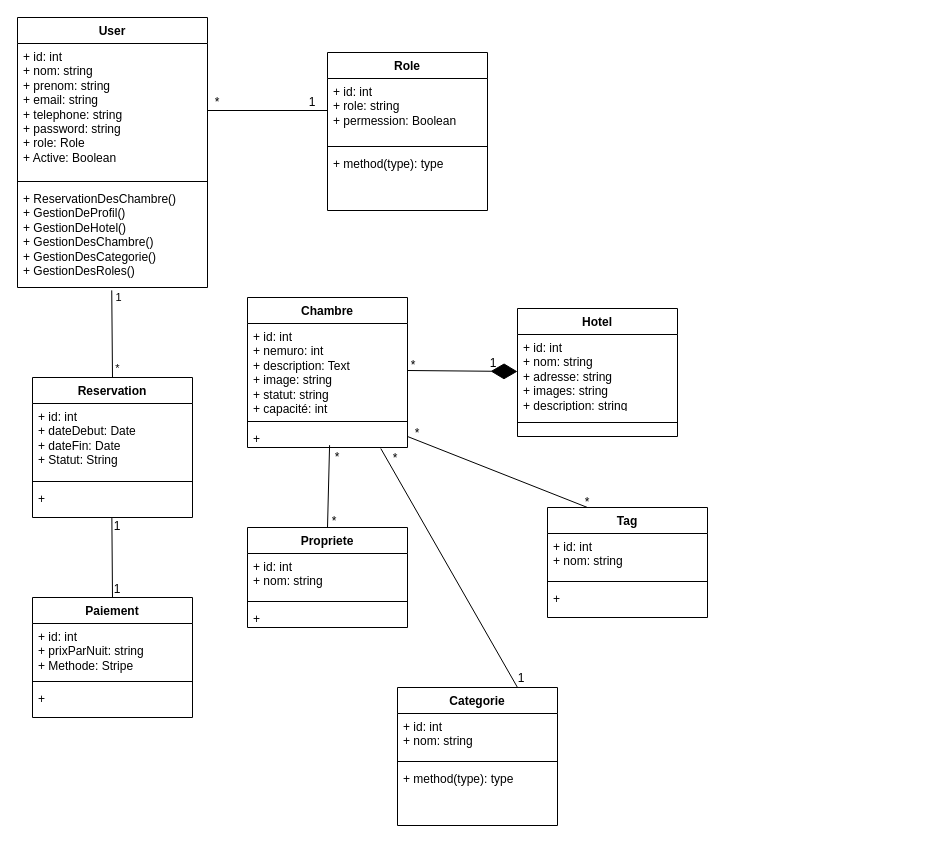
zakariaallam/StayEase keeps this draw.io diagram as UML/Diagramme de class Brieff Coll.drawio. Above is the earlier version. Source tidied: cells renumbered, new cells numbered last; positions are measured from the earlier drawing's top-left corner, leaving out a move shared by most shapes. Both pictures are drawn from the tidied source at 100%, with x=0, y=0 at pixel (17, 17).
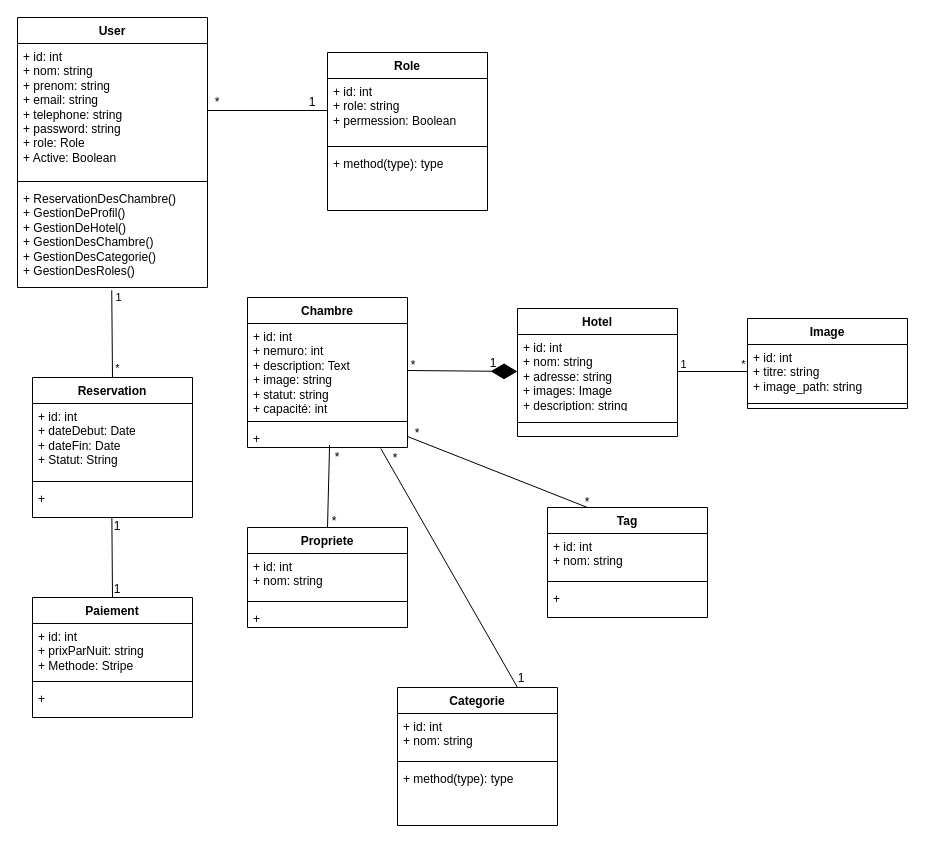
Above is the later version.

Commit message:
J'ai ajouter la class image pour le galerie de photo pour l'Hotel

Unchanged cells that the change refers to:
```xml
<mxCell id="35" value="Hotel" style="swimlane;fontStyle=1;align=center;verticalAlign=top;horizontal=1;startSize=26;whiteSpace=wrap;html=1;" parent="1" vertex="1">
  <mxGeometry x="500" y="291" width="160" height="128" as="geometry" />
</mxCell>
```

Diff of the diagram source:
```diff
@@
-    <mxCell id="36" value="+ id: int&lt;div&gt;+ nom: string&lt;/div&gt;&lt;div&gt;+ adresse: string&lt;br&gt;&lt;/div&gt;&lt;div&gt;+ images: string&lt;/div&gt;&lt;div&gt;+ description: string&lt;/div&gt;" style="text;strokeColor=none;fillColor=none;align=left;verticalAlign=top;spacingLeft=4;spacingRight=4;overflow=hidden;points=[[0,0.5],[1,0.5]];portConstraint=eastwest;whiteSpace=wrap;html=1;" parent="35" vertex="1">
+    <mxCell id="36" value="+ id: int&lt;div&gt;+ nom: string&lt;/div&gt;&lt;div&gt;+ adresse: string&lt;br&gt;&lt;/div&gt;&lt;div&gt;+ images: Image&lt;/div&gt;&lt;div&gt;+ description: string&lt;/div&gt;" style="text;strokeColor=none;fillColor=none;align=left;verticalAlign=top;spacingLeft=4;spacingRight=4;overflow=hidden;points=[[0,0.5],[1,0.5]];portConstraint=eastwest;whiteSpace=wrap;html=1;" parent="35" vertex="1">
       <mxGeometry y="26" width="160" height="74" as="geometry" />
     </mxCell>
@@
+    <mxCell id="58" value="Image" style="swimlane;fontStyle=1;align=center;verticalAlign=top;horizontal=1;startSize=26;whiteSpace=wrap;html=1;" parent="1" vertex="1">
+      <mxGeometry x="730" y="301" width="160" height="90" as="geometry" />
+    </mxCell>
+    <mxCell id="59" value="+ id: int&lt;div&gt;+ titre: string&lt;/div&gt;&lt;div&gt;+ image_path: string&lt;/div&gt;" style="text;strokeColor=none;fillColor=none;align=left;verticalAlign=top;spacingLeft=4;spacingRight=4;overflow=hidden;points=[[0,0.5],[1,0.5]];portConstraint=eastwest;whiteSpace=wrap;html=1;" parent="58" vertex="1">
+      <mxGeometry y="26" width="160" height="54" as="geometry" />
+    </mxCell>
+    <mxCell id="60" style="line;strokeWidth=1;fillColor=none;align=left;verticalAlign=middle;spacingTop=-1;spacingLeft=3;spacingRight=3;labelPosition=right;strokeColor=inherit;" parent="58" vertex="1">
+      <mxGeometry y="80" width="160" height="10" as="geometry" />
+    </mxCell>
+    <mxCell id="61" style="endArrow=none;html=1;rounded=0;entryX=0;entryY=0.5;entryDx=0;entryDy=0;exitX=1;exitY=0.5;exitDx=0;exitDy=0;" parent="1" edge="1" source="36" target="59">
+      <mxGeometry relative="1" as="geometry" />
+    </mxCell>
+    <mxCell id="62" value="1" style="edgeLabel;html=1;align=center;verticalAlign=middle;" parent="61" vertex="1">
+      <mxGeometry x="-0.84" y="2" relative="1" as="geometry">
+        <mxPoint x="-1" y="-6" as="offset" />
+      </mxGeometry>
+    </mxCell>
+    <mxCell id="63" value="*" style="edgeLabel;html=1;align=center;verticalAlign=middle;" parent="61" vertex="1">
+      <mxGeometry x="-0.84" y="2" relative="1" as="geometry">
+        <mxPoint x="59" y="-6" as="offset" />
+      </mxGeometry>
+    </mxCell>
```
